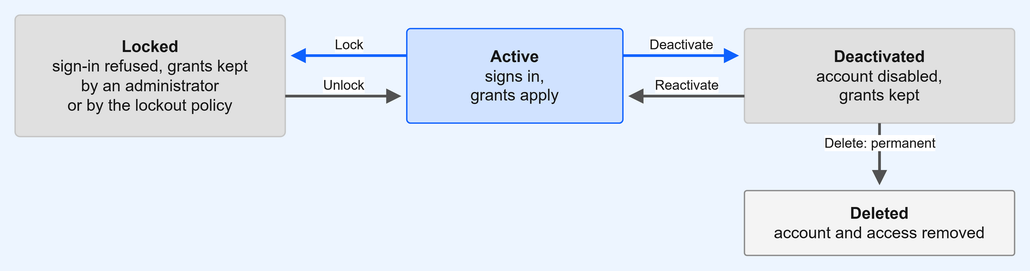
Earlier version of the draw.io export static/img/access/account-states.drawio.png (cml-x/docs). Source tidied: cells renumbered, new cells last; positions are measured from the earlier drawing's top-left corner, leaving out a move shared by most shapes. Source of this version:
```xml
<mxGraphModel background="#EDF5FF">
  <root>
    <mxCell id="0" />
    <mxCell id="1" parent="0" />
    <mxCell id="2" value="&lt;b&gt;Locked&lt;/b&gt;&lt;br&gt;sign-in refused, grants kept&lt;br&gt;by an administrator&lt;br&gt;or by the lockout policy" style="rounded=1;arcSize=4;whiteSpace=wrap;html=1;fillColor=#E0E0E0;strokeColor=#C6C6C6;fontColor=#161616;fontSize=12;" parent="1" vertex="1">
      <mxGeometry width="200" height="90" as="geometry" />
    </mxCell>
    <mxCell id="3" value="&lt;b&gt;Active&lt;/b&gt;&lt;br&gt;signs in,&lt;br&gt;grants apply" style="rounded=1;arcSize=4;whiteSpace=wrap;html=1;fillColor=#D0E2FF;strokeColor=#0F62FE;fontColor=#161616;fontSize=12;" parent="1" vertex="1">
      <mxGeometry x="290" y="10" width="160" height="70" as="geometry" />
    </mxCell>
    <mxCell id="4" value="&lt;b&gt;Deactivated&lt;/b&gt;&lt;br&gt;account disabled,&lt;br&gt;grants kept" style="rounded=1;arcSize=4;whiteSpace=wrap;html=1;fillColor=#E0E0E0;strokeColor=#C6C6C6;fontColor=#161616;fontSize=12;" parent="1" vertex="1">
      <mxGeometry x="540" y="10" width="200" height="70" as="geometry" />
    </mxCell>
    <mxCell id="5" value="&lt;b&gt;Deleted&lt;/b&gt;&lt;br&gt;account and access removed" style="rounded=1;arcSize=4;whiteSpace=wrap;html=1;fillColor=#F4F4F4;strokeColor=#8D8D8D;fontColor=#161616;fontSize=12;" parent="1" vertex="1">
      <mxGeometry x="540" y="130" width="200" height="48" as="geometry" />
    </mxCell>
    <mxCell id="6" value="Lock" style="endArrow=block;html=1;strokeWidth=2;strokeColor=#0F62FE;fontSize=10;fontColor=#161616;verticalAlign=bottom;" parent="1" edge="1">
      <mxGeometry relative="1" as="geometry">
        <mxPoint x="290" y="30" as="sourcePoint" />
        <mxPoint x="204" y="30" as="targetPoint" />
      </mxGeometry>
    </mxCell>
    <mxCell id="7" value="Unlock" style="endArrow=block;html=1;strokeWidth=2;strokeColor=#525252;fontSize=10;fontColor=#161616;verticalAlign=bottom;" parent="1" edge="1">
      <mxGeometry relative="1" as="geometry">
        <mxPoint x="200" y="60" as="sourcePoint" />
        <mxPoint x="286" y="60" as="targetPoint" />
      </mxGeometry>
    </mxCell>
    <mxCell id="8" value="Deactivate" style="endArrow=block;html=1;strokeWidth=2;strokeColor=#0F62FE;fontSize=10;fontColor=#161616;verticalAlign=bottom;" parent="1" edge="1">
      <mxGeometry relative="1" as="geometry">
        <mxPoint x="450" y="30" as="sourcePoint" />
        <mxPoint x="536" y="30" as="targetPoint" />
      </mxGeometry>
    </mxCell>
    <mxCell id="9" value="Reactivate" style="endArrow=block;html=1;strokeWidth=2;strokeColor=#525252;fontSize=10;fontColor=#161616;verticalAlign=bottom;" parent="1" edge="1">
      <mxGeometry relative="1" as="geometry">
        <mxPoint x="540" y="60" as="sourcePoint" />
        <mxPoint x="454" y="60" as="targetPoint" />
      </mxGeometry>
    </mxCell>
    <mxCell id="10" value="Delete: permanent" style="endArrow=block;html=1;strokeWidth=2;strokeColor=#525252;fontSize=10;fontColor=#161616;verticalAlign=bottom;" parent="1" edge="1">
      <mxGeometry relative="1" as="geometry">
        <mxPoint x="640" y="80" as="sourcePoint" />
        <mxPoint x="640" y="126" as="targetPoint" />
      </mxGeometry>
    </mxCell>
  </root>
</mxGraphModel>
```
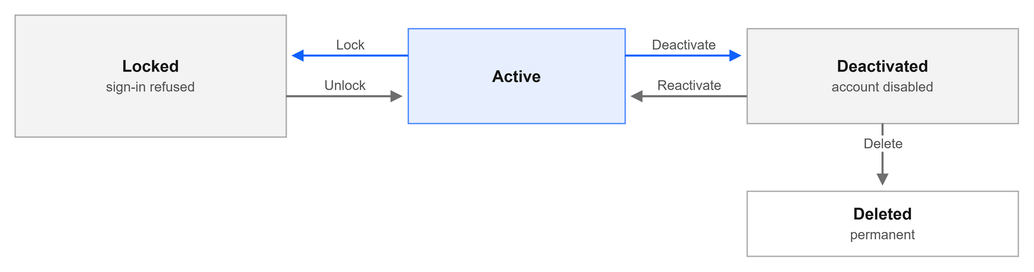
Later version of the same file.

The edit, as a diff of the source:
```diff
@@ -1,44 +1,44 @@
-<mxGraphModel background="#EDF5FF">
+<mxGraphModel background="#FFFFFF">
   <root>
     <mxCell id="0" />
     <mxCell id="1" parent="0" />
-    <mxCell id="2" value="&lt;b&gt;Locked&lt;/b&gt;&lt;br&gt;sign-in refused, grants kept&lt;br&gt;by an administrator&lt;br&gt;or by the lockout policy" style="rounded=1;arcSize=4;whiteSpace=wrap;html=1;fillColor=#E0E0E0;strokeColor=#C6C6C6;fontColor=#161616;fontSize=12;" parent="1" vertex="1">
+    <mxCell id="2" value="&lt;b&gt;Locked&lt;/b&gt;&lt;br&gt;&lt;span style=&quot;font-size:10px;color:#525252&quot;&gt;sign-in refused&lt;/span&gt;" style="rounded=0;whiteSpace=wrap;html=1;strokeWidth=1;fontColor=#161616;fontSize=12;fillColor=#161616;fillOpacity=5;strokeColor=#8D8D8D;strokeOpacity=70;" parent="1" vertex="1">
       <mxGeometry width="200" height="90" as="geometry" />
     </mxCell>
-    <mxCell id="3" value="&lt;b&gt;Active&lt;/b&gt;&lt;br&gt;signs in,&lt;br&gt;grants apply" style="rounded=1;arcSize=4;whiteSpace=wrap;html=1;fillColor=#D0E2FF;strokeColor=#0F62FE;fontColor=#161616;fontSize=12;" parent="1" vertex="1">
+    <mxCell id="3" value="&lt;b&gt;Active&lt;/b&gt;" style="rounded=0;whiteSpace=wrap;html=1;strokeWidth=1;fontColor=#161616;fontSize=12;fillColor=#0F62FE;fillOpacity=10;strokeColor=#0F62FE;strokeOpacity=70;" parent="1" vertex="1">
       <mxGeometry x="290" y="10" width="160" height="70" as="geometry" />
     </mxCell>
-    <mxCell id="4" value="&lt;b&gt;Deactivated&lt;/b&gt;&lt;br&gt;account disabled,&lt;br&gt;grants kept" style="rounded=1;arcSize=4;whiteSpace=wrap;html=1;fillColor=#E0E0E0;strokeColor=#C6C6C6;fontColor=#161616;fontSize=12;" parent="1" vertex="1">
+    <mxCell id="4" value="&lt;b&gt;Deactivated&lt;/b&gt;&lt;br&gt;&lt;span style=&quot;font-size:10px;color:#525252&quot;&gt;account disabled&lt;/span&gt;" style="rounded=0;whiteSpace=wrap;html=1;strokeWidth=1;fontColor=#161616;fontSize=12;fillColor=#161616;fillOpacity=5;strokeColor=#8D8D8D;strokeOpacity=70;" parent="1" vertex="1">
       <mxGeometry x="540" y="10" width="200" height="70" as="geometry" />
     </mxCell>
-    <mxCell id="5" value="&lt;b&gt;Deleted&lt;/b&gt;&lt;br&gt;account and access removed" style="rounded=1;arcSize=4;whiteSpace=wrap;html=1;fillColor=#F4F4F4;strokeColor=#8D8D8D;fontColor=#161616;fontSize=12;" parent="1" vertex="1">
+    <mxCell id="5" value="&lt;b&gt;Deleted&lt;/b&gt;&lt;br&gt;&lt;span style=&quot;font-size:10px;color:#525252&quot;&gt;permanent&lt;/span&gt;" style="rounded=0;whiteSpace=wrap;html=1;strokeWidth=1;fontColor=#161616;fontSize=12;fillColor=none;strokeColor=#8D8D8D;strokeOpacity=70;" parent="1" vertex="1">
       <mxGeometry x="540" y="130" width="200" height="48" as="geometry" />
     </mxCell>
-    <mxCell id="6" value="Lock" style="endArrow=block;html=1;strokeWidth=2;strokeColor=#0F62FE;fontSize=10;fontColor=#161616;verticalAlign=bottom;" parent="1" edge="1">
+    <mxCell id="6" value="Lock" style="endArrow=block;html=1;strokeWidth=1.5;strokeColor=#0F62FE;fontSize=10;fontColor=#525252;verticalAlign=bottom;endSize=5;rounded=0;labelBackgroundColor=#FFFFFF;" parent="1" edge="1">
       <mxGeometry relative="1" as="geometry">
         <mxPoint x="290" y="30" as="sourcePoint" />
         <mxPoint x="204" y="30" as="targetPoint" />
       </mxGeometry>
     </mxCell>
-    <mxCell id="7" value="Unlock" style="endArrow=block;html=1;strokeWidth=2;strokeColor=#525252;fontSize=10;fontColor=#161616;verticalAlign=bottom;" parent="1" edge="1">
+    <mxCell id="7" value="Unlock" style="endArrow=block;html=1;strokeWidth=1.5;strokeColor=#6F6F6F;fontSize=10;fontColor=#525252;verticalAlign=bottom;endSize=5;rounded=0;labelBackgroundColor=#FFFFFF;" parent="1" edge="1">
       <mxGeometry relative="1" as="geometry">
         <mxPoint x="200" y="60" as="sourcePoint" />
         <mxPoint x="286" y="60" as="targetPoint" />
       </mxGeometry>
     </mxCell>
-    <mxCell id="8" value="Deactivate" style="endArrow=block;html=1;strokeWidth=2;strokeColor=#0F62FE;fontSize=10;fontColor=#161616;verticalAlign=bottom;" parent="1" edge="1">
+    <mxCell id="8" value="Deactivate" style="endArrow=block;html=1;strokeWidth=1.5;strokeColor=#0F62FE;fontSize=10;fontColor=#525252;verticalAlign=bottom;endSize=5;rounded=0;labelBackgroundColor=#FFFFFF;" parent="1" edge="1">
       <mxGeometry relative="1" as="geometry">
         <mxPoint x="450" y="30" as="sourcePoint" />
         <mxPoint x="536" y="30" as="targetPoint" />
       </mxGeometry>
     </mxCell>
-    <mxCell id="9" value="Reactivate" style="endArrow=block;html=1;strokeWidth=2;strokeColor=#525252;fontSize=10;fontColor=#161616;verticalAlign=bottom;" parent="1" edge="1">
+    <mxCell id="9" value="Reactivate" style="endArrow=block;html=1;strokeWidth=1.5;strokeColor=#6F6F6F;fontSize=10;fontColor=#525252;verticalAlign=bottom;endSize=5;rounded=0;labelBackgroundColor=#FFFFFF;" parent="1" edge="1">
       <mxGeometry relative="1" as="geometry">
         <mxPoint x="540" y="60" as="sourcePoint" />
         <mxPoint x="454" y="60" as="targetPoint" />
       </mxGeometry>
     </mxCell>
-    <mxCell id="10" value="Delete: permanent" style="endArrow=block;html=1;strokeWidth=2;strokeColor=#525252;fontSize=10;fontColor=#161616;verticalAlign=bottom;" parent="1" edge="1">
+    <mxCell id="10" value="Delete" style="endArrow=block;html=1;strokeWidth=1.5;strokeColor=#6F6F6F;fontSize=10;fontColor=#525252;verticalAlign=bottom;endSize=5;rounded=0;labelBackgroundColor=#FFFFFF;" parent="1" edge="1">
       <mxGeometry relative="1" as="geometry">
         <mxPoint x="640" y="80" as="sourcePoint" />
         <mxPoint x="640" y="126" as="targetPoint" />
```
